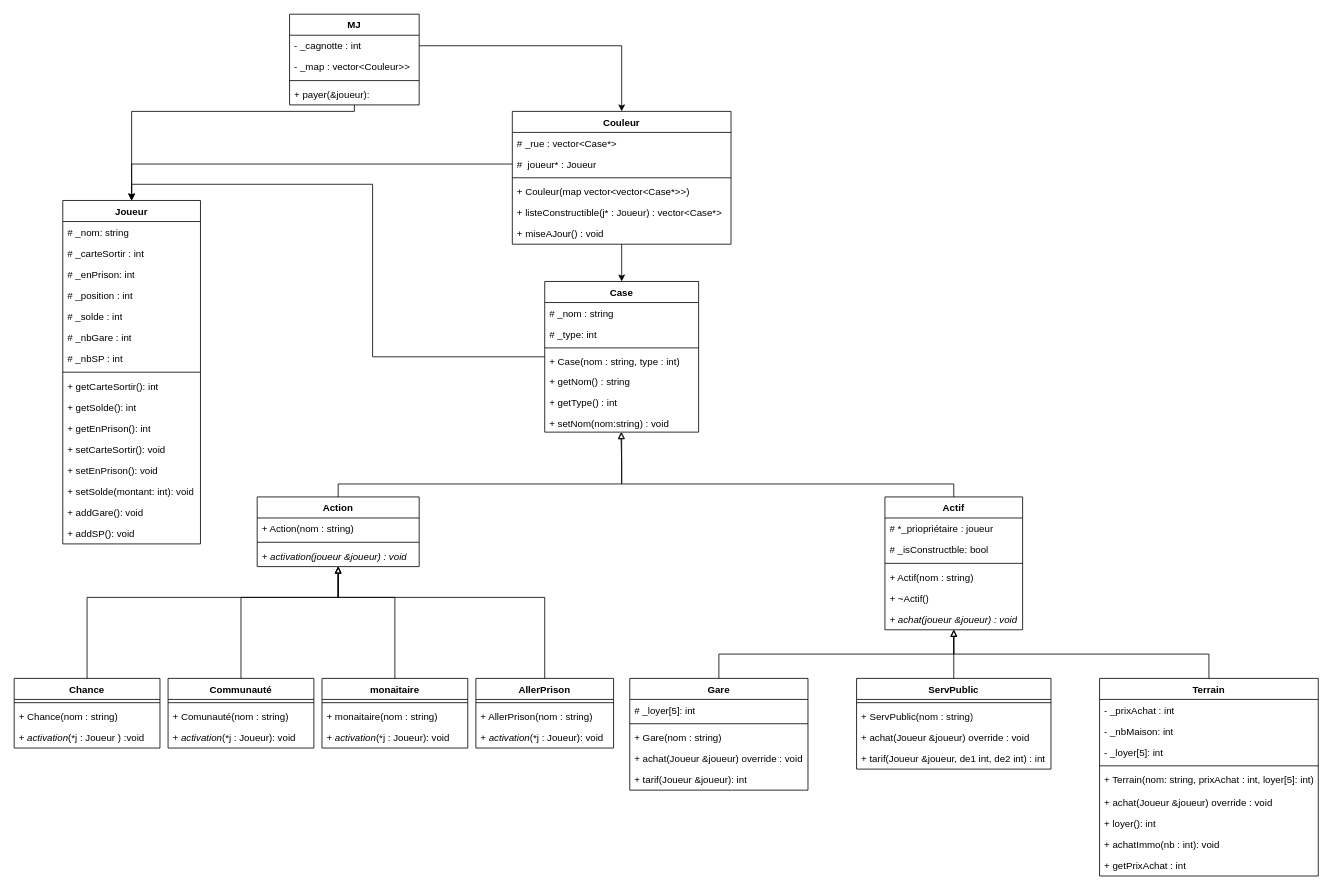
ECN-SEC-SMP/tp6-note-ld_bl_lp keeps this draw.io diagram as diagram/CPP_TP6.drawio. Above is the earlier version. Source tidied: cells renumbered, new cells numbered last; positions are measured from the earlier drawing's top-left corner, leaving out a move shared by most shapes. Both pictures are drawn from the tidied source at 81%, with x=0, y=0 at pixel (14, 14).
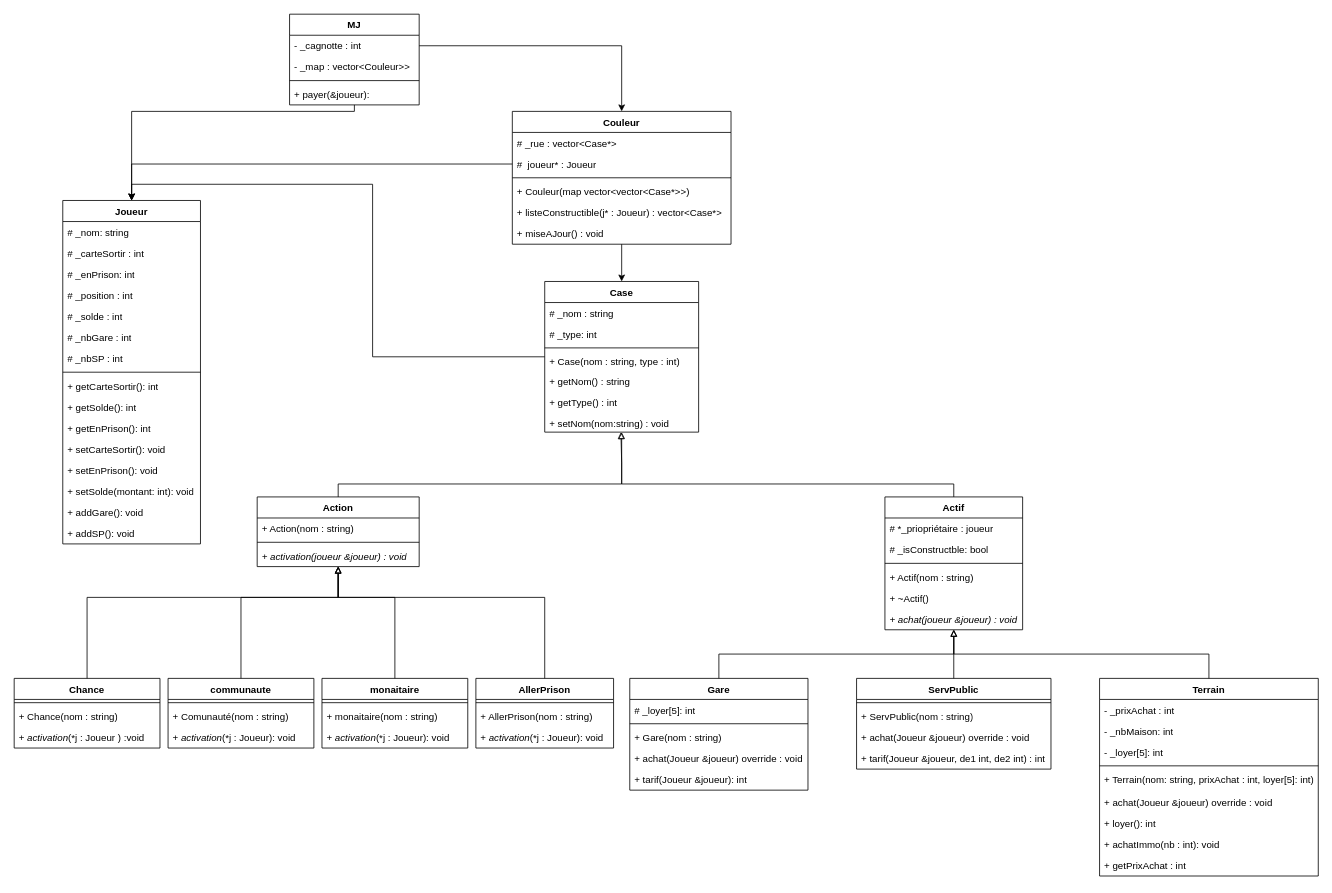
The same diagram, later.

Change to the diagram source:
```diff
@@
-    <mxCell id="6" value="Communauté" style="swimlane;fontStyle=1;align=center;verticalAlign=top;horizontal=1;startSize=26;whiteSpace=wrap;html=1;" parent="1" vertex="1">
+    <mxCell id="6" value="communaute" style="swimlane;fontStyle=1;align=center;verticalAlign=top;horizontal=1;startSize=26;whiteSpace=wrap;html=1;" parent="1" vertex="1">
       <mxGeometry x="190" y="820" width="180" height="86" as="geometry" />
     </mxCell>
```
